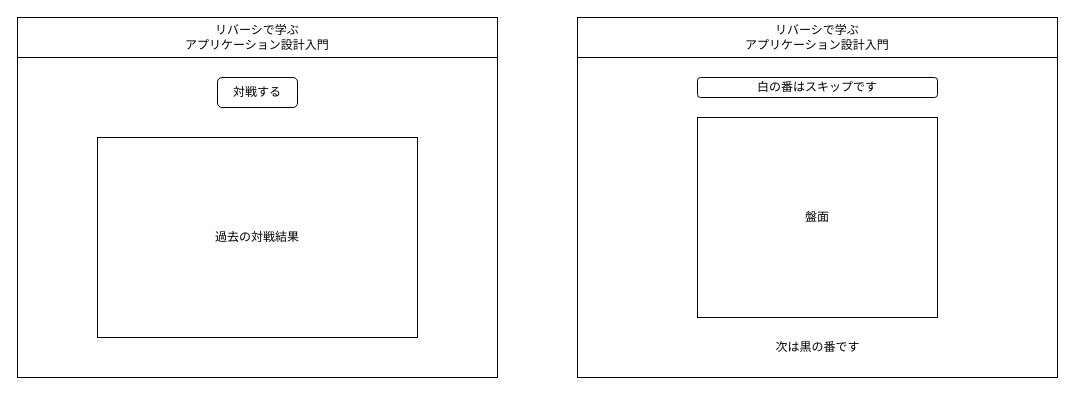
Earlier version of the draw.io diagram docs/ui.drawio (shingoooooon/ts-reversi). Source tidied: cells renumbered, new cells numbered last; positions are measured from the earlier drawing's top-left corner, leaving out a move shared by most shapes. Both pictures are drawn from the tidied source at 100%, with x=0, y=0 at pixel (17, 17).
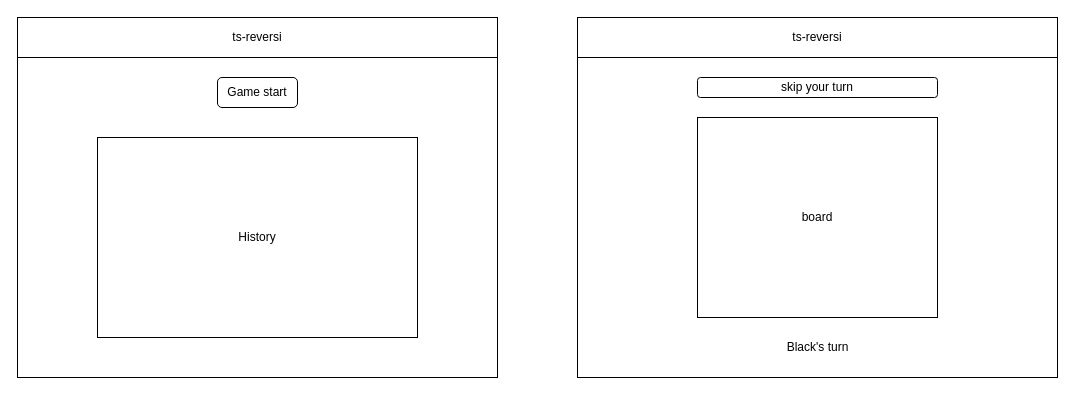
The same page after the edit.

Diff of the diagram source:
```diff
@@
 <mxGraphModel>
   <root>
     <mxCell id="0" />
     <mxCell id="1" parent="0" />
     <mxCell id="2" style="rounded=0;whiteSpace=wrap;html=1;fillColor=none;" parent="1" vertex="1">
       <mxGeometry width="480" height="360" as="geometry" />
     </mxCell>
-    <mxCell id="3" value="リバーシで学ぶ&lt;br&gt;アプリケーション設計入門" style="rounded=0;whiteSpace=wrap;html=1;fillColor=none;" parent="1" vertex="1">
+    <mxCell id="3" value="ts-reversi" style="rounded=0;whiteSpace=wrap;html=1;fillColor=none;" parent="1" vertex="1">
       <mxGeometry width="480" height="40" as="geometry" />
     </mxCell>
-    <mxCell id="4" value="対戦する" style="rounded=1;whiteSpace=wrap;html=1;fillColor=none;" parent="1" vertex="1">
+    <mxCell id="4" value="Game start" style="rounded=1;whiteSpace=wrap;html=1;fillColor=none;" parent="1" vertex="1">
       <mxGeometry x="200" y="60" width="80" height="30" as="geometry" />
     </mxCell>
-    <mxCell id="5" value="過去の対戦結果" style="rounded=0;whiteSpace=wrap;html=1;fillColor=none;" parent="1" vertex="1">
+    <mxCell id="5" value="History" style="rounded=0;whiteSpace=wrap;html=1;fillColor=none;" parent="1" vertex="1">
       <mxGeometry x="80" y="120" width="320" height="200" as="geometry" />
     </mxCell>
     <mxCell id="6" style="rounded=0;whiteSpace=wrap;html=1;fillColor=none;" parent="1" vertex="1">
       <mxGeometry x="560" width="480" height="360" as="geometry" />
     </mxCell>
-    <mxCell id="7" value="リバーシで学ぶ&lt;br&gt;アプリケーション設計入門" style="rounded=0;whiteSpace=wrap;html=1;fillColor=none;" parent="1" vertex="1">
+    <mxCell id="7" value="ts-reversi" style="rounded=0;whiteSpace=wrap;html=1;fillColor=none;" parent="1" vertex="1">
       <mxGeometry x="560" width="480" height="40" as="geometry" />
     </mxCell>
-    <mxCell id="8" value="白の番はスキップです" style="rounded=1;whiteSpace=wrap;html=1;fillColor=none;" parent="1" vertex="1">
+    <mxCell id="8" value="skip your turn" style="rounded=1;whiteSpace=wrap;html=1;fillColor=none;" parent="1" vertex="1">
       <mxGeometry x="680" y="60" width="240" height="20" as="geometry" />
     </mxCell>
-    <mxCell id="9" value="盤面" style="rounded=0;whiteSpace=wrap;html=1;fillColor=none;" parent="1" vertex="1">
+    <mxCell id="9" value="board" style="rounded=0;whiteSpace=wrap;html=1;fillColor=none;" parent="1" vertex="1">
       <mxGeometry x="680" y="100" width="240" height="200" as="geometry" />
     </mxCell>
-    <mxCell id="10" value="次は黒の番です" style="text;html=1;align=center;verticalAlign=middle;strokeColor=none;fillColor=none;" parent="1" vertex="1">
-      <mxGeometry x="750" y="320" width="100" height="20" as="geometry" />
+    <mxCell id="10" value="Black's turn" style="text;html=1;align=center;verticalAlign=middle;strokeColor=none;fillColor=none;" parent="1" vertex="1">
+      <mxGeometry x="755" y="315" width="90" height="30" as="geometry" />
     </mxCell>
   </root>
 </mxGraphModel>
```
